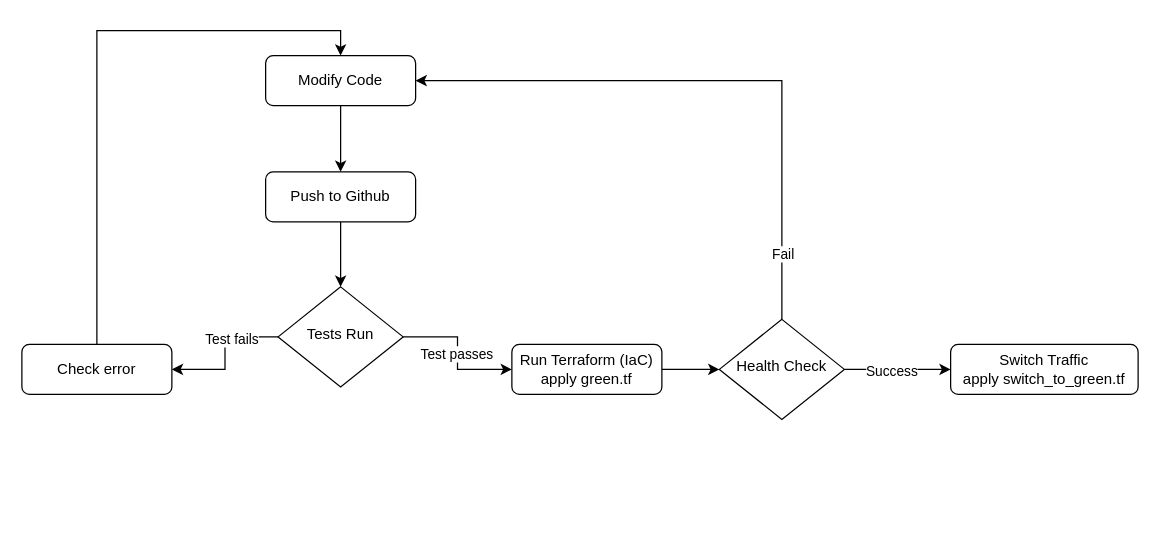
Earlier version of the draw.io diagram workflow-diagram.drawio (GiorgiEz/simple-devops-pipeline). Source tidied: cells renumbered, new cells numbered last; positions are measured from the earlier drawing's top-left corner, leaving out a move shared by most shapes. Both pictures are drawn from the tidied source at 125%, with x=0, y=0 at pixel (21, 55).
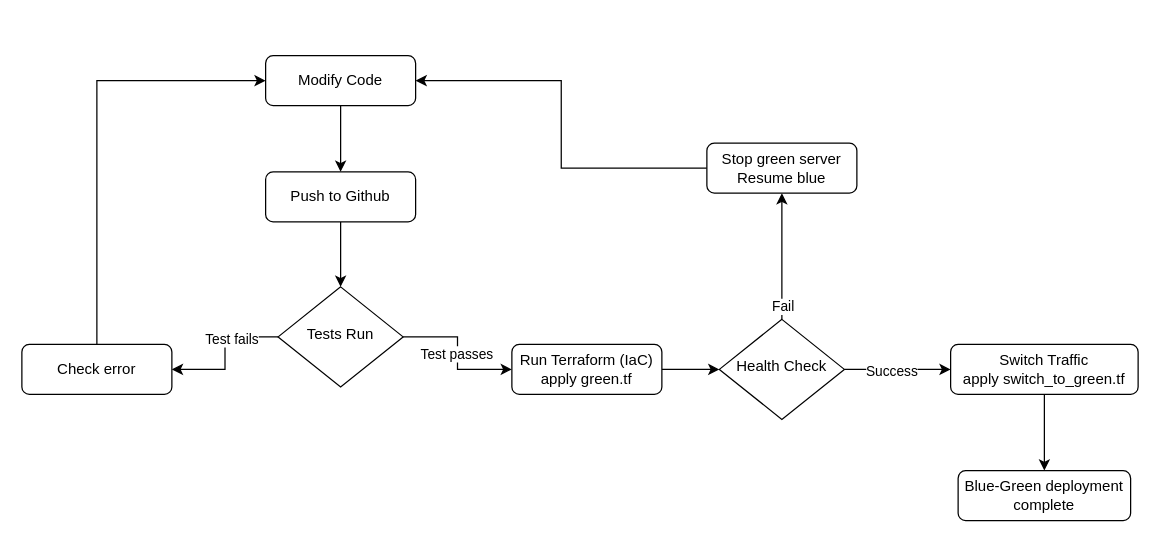
The same page after the edit.

Unchanged cells that the change refers to:
```xml
<mxCell id="3" value="Modify Code" style="rounded=1;whiteSpace=wrap;html=1;fontSize=12;glass=0;strokeWidth=1;shadow=0;" parent="1" vertex="1">
  <mxGeometry x="195" width="120" height="40" as="geometry" />
</mxCell>
<mxCell id="12" value="Check error" style="rounded=1;whiteSpace=wrap;html=1;fontSize=12;glass=0;strokeWidth=1;shadow=0;" parent="1" vertex="1">
  <mxGeometry y="231" width="120" height="40" as="geometry" />
</mxCell>
<mxCell id="19" value="Health Check" style="rhombus;whiteSpace=wrap;html=1;shadow=0;fontFamily=Helvetica;fontSize=12;align=center;strokeWidth=1;spacing=6;spacingTop=-4;" parent="1" vertex="1">
  <mxGeometry x="558" y="211" width="100" height="80" as="geometry" />
</mxCell>
<mxCell id="20" value="Switch Traffic&lt;div&gt;apply switch_to_green.tf&lt;/div&gt;" style="rounded=1;whiteSpace=wrap;html=1;fontSize=12;glass=0;strokeWidth=1;shadow=0;" parent="1" vertex="1">
  <mxGeometry x="743" y="231" width="150" height="40" as="geometry" />
</mxCell>
```

What changed in the source:
```diff
@@
-    <mxCell id="11" style="edgeStyle=orthogonalEdgeStyle;rounded=0;jettySize=auto;html=1;entryX=0.5;entryY=0;entryDx=0;entryDy=0;exitX=0.5;exitY=0;exitDx=0;exitDy=0;" parent="1" edge="1" source="12" target="3">
-      <mxGeometry relative="1" as="geometry" />
+    <mxCell id="11" style="edgeStyle=orthogonalEdgeStyle;rounded=0;jettySize=auto;html=1;exitX=0.5;exitY=0;exitDx=0;exitDy=0;entryX=0;entryY=0.5;entryDx=0;entryDy=0;" parent="1" edge="1" source="12" target="3">
+      <mxGeometry relative="1" as="geometry">
+        <Array as="points">
+          <mxPoint x="60" y="20" />
+        </Array>
+      </mxGeometry>
     </mxCell>
@@
-    <mxCell id="15" style="edgeStyle=orthogonalEdgeStyle;rounded=0;jettySize=auto;html=1;entryX=1;entryY=0.5;entryDx=0;entryDy=0;exitX=0.5;exitY=0;exitDx=0;exitDy=0;" parent="1" edge="1" source="19" target="3">
+    <mxCell id="15" style="edgeStyle=orthogonalEdgeStyle;rounded=0;jettySize=auto;html=1;entryX=0.5;entryY=1;entryDx=0;entryDy=0;exitX=0.5;exitY=0;exitDx=0;exitDy=0;" parent="1" edge="1" source="19" target="24">
       <mxGeometry relative="1" as="geometry" />
     </mxCell>
@@
+    <mxCell id="21" style="edgeStyle=orthogonalEdgeStyle;rounded=0;jettySize=auto;html=1;" parent="1" edge="1" source="20" target="22">
+      <mxGeometry relative="1" as="geometry" />
+    </mxCell>
@@
+    <mxCell id="22" value="Blue-Green deployment complete" style="rounded=1;whiteSpace=wrap;html=1;fontSize=12;glass=0;strokeWidth=1;shadow=0;" parent="1" vertex="1">
+      <mxGeometry x="749" y="332" width="138" height="40" as="geometry" />
+    </mxCell>
+    <mxCell id="23" style="edgeStyle=orthogonalEdgeStyle;rounded=0;jettySize=auto;html=1;entryX=1;entryY=0.5;entryDx=0;entryDy=0;" parent="1" edge="1" source="24" target="3">
+      <mxGeometry relative="1" as="geometry" />
+    </mxCell>
+    <mxCell id="24" value="Stop green server&lt;div&gt;Resume blue&lt;/div&gt;" style="rounded=1;whiteSpace=wrap;html=1;fontSize=12;glass=0;strokeWidth=1;shadow=0;" parent="1" vertex="1">
+      <mxGeometry x="548" y="70" width="120" height="40" as="geometry" />
+    </mxCell>
```
